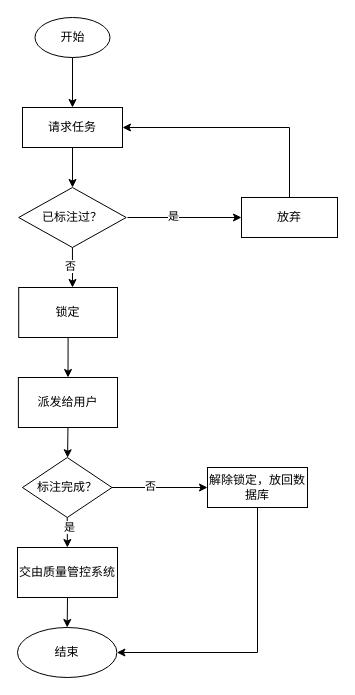
Above: page "请求系统" (2 of 3) of diagrams/分发系统.drawio in sduoffline/sapphire-doc (draw.io), before the change. Source tidied: cells renumbered, new cells numbered last; positions are measured from the earlier drawing's top-left corner, leaving out a move shared by most shapes. Both pictures are drawn from the tidied source at 100%, with x=0, y=0 at pixel (17, 17).
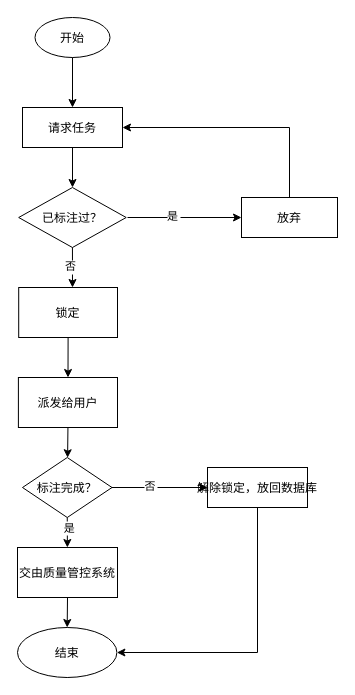
The same page after the edit.

What changed in the source:
```diff
@@
-    <mxCell id="2" value="请求任务" style="rounded=0;whiteSpace=wrap;html=1;" parent="1" vertex="1">
+    <mxCell id="2" value="请求任务" style="rounded=0;" parent="1" vertex="1">
       <mxGeometry x="5" y="90" width="100" height="40" as="geometry" />
     </mxCell>
-    <mxCell id="3" value="开始" style="ellipse;whiteSpace=wrap;html=1;" parent="1" vertex="1">
+    <mxCell id="3" value="开始" style="ellipse;" parent="1" vertex="1">
       <mxGeometry x="17.5" width="75" height="40" as="geometry" />
     </mxCell>
-    <mxCell id="4" style="endArrow=classic;html=1;rounded=0;exitX=0.5;exitY=1;exitDx=0;exitDy=0;entryX=0.5;entryY=0;entryDx=0;entryDy=0;" parent="1" edge="1" source="3" target="2">
+    <mxCell id="4" style="endArrow=classic;rounded=0;exitX=0.5;exitY=1;exitDx=0;exitDy=0;entryX=0.5;entryY=0;entryDx=0;entryDy=0;" parent="1" edge="1" source="3" target="2">
       <mxGeometry relative="1" as="geometry" />
     </mxCell>
-    <mxCell id="5" style="endArrow=classic;html=1;rounded=0;exitX=0.5;exitY=1;exitDx=0;exitDy=0;" parent="1" edge="1" source="2">
+    <mxCell id="5" style="endArrow=classic;rounded=0;exitX=0.5;exitY=1;exitDx=0;exitDy=0;" parent="1" edge="1" source="2">
       <mxGeometry relative="1" as="geometry">
         <mxPoint x="55" y="170" as="targetPoint" />
       </mxGeometry>
     </mxCell>
-    <mxCell id="6" value="已标注过？" style="rhombus;whiteSpace=wrap;html=1;" parent="1" vertex="1">
+    <mxCell id="6" value="已标注过？" style="rhombus;" parent="1" vertex="1">
       <mxGeometry x="1.2" y="170" width="107.5" height="60" as="geometry" />
     </mxCell>
-    <mxCell id="7" style="endArrow=classic;html=1;rounded=0;entryX=0;entryY=0.5;entryDx=0;entryDy=0;" parent="1" edge="1" target="9">
+    <mxCell id="7" style="endArrow=classic;rounded=0;entryX=0;entryY=0.5;entryDx=0;entryDy=0;" parent="1" edge="1" target="9">
       <mxGeometry relative="1" as="geometry">
         <mxPoint x="110" y="200" as="sourcePoint" />
       </mxGeometry>
     </mxCell>
-    <mxCell id="8" value="是" style="edgeLabel;html=1;align=center;verticalAlign=middle;" parent="7" vertex="1">
+    <mxCell id="8" value="是" style="edgeLabel;align=center;verticalAlign=middle;" parent="7" vertex="1">
       <mxGeometry x="-0.21" y="2" relative="1" as="geometry" />
     </mxCell>
-    <mxCell id="9" value="放弃" style="rounded=0;whiteSpace=wrap;html=1;" parent="1" vertex="1">
+    <mxCell id="9" value="放弃" style="rounded=0;" parent="1" vertex="1">
       <mxGeometry x="224" y="180" width="96" height="40" as="geometry" />
     </mxCell>
-    <mxCell id="10" style="endArrow=classic;html=1;rounded=0;exitX=0.5;exitY=1;exitDx=0;exitDy=0;" parent="1" edge="1" source="6">
+    <mxCell id="10" style="endArrow=classic;rounded=0;exitX=0.5;exitY=1;exitDx=0;exitDy=0;" parent="1" edge="1" source="6">
       <mxGeometry relative="1" as="geometry">
         <mxPoint x="55" y="270" as="targetPoint" />
       </mxGeometry>
     </mxCell>
-    <mxCell id="11" value="否" style="edgeLabel;html=1;align=center;verticalAlign=middle;" parent="10" vertex="1">
+    <mxCell id="11" value="否" style="edgeLabel;align=center;verticalAlign=middle;" parent="10" vertex="1">
       <mxGeometry x="-0.11" y="-2" relative="1" as="geometry" />
     </mxCell>
-    <mxCell id="12" value="锁定" style="rounded=0;whiteSpace=wrap;html=1;" parent="1" vertex="1">
+    <mxCell id="12" value="锁定" style="rounded=0;" parent="1" vertex="1">
       <mxGeometry x="1.2" y="270" width="98.8" height="50" as="geometry" />
     </mxCell>
-    <mxCell id="13" style="endArrow=classic;html=1;rounded=0;exitX=0.5;exitY=1;exitDx=0;exitDy=0;" parent="1" edge="1" source="12" target="14">
+    <mxCell id="13" style="endArrow=classic;rounded=0;exitX=0.5;exitY=1;exitDx=0;exitDy=0;" parent="1" edge="1" source="12" target="14">
       <mxGeometry relative="1" as="geometry" />
     </mxCell>
-    <mxCell id="14" value="派发给用户" style="rounded=0;whiteSpace=wrap;html=1;" parent="1" vertex="1">
+    <mxCell id="14" value="派发给用户" style="rounded=0;" parent="1" vertex="1">
       <mxGeometry x="0.9" y="360" width="99.1" height="50" as="geometry" />
     </mxCell>
-    <mxCell id="15" style="endArrow=classic;html=1;rounded=0;exitX=0.5;exitY=1;exitDx=0;exitDy=0;" parent="1" edge="1" source="14" target="16">
+    <mxCell id="15" style="endArrow=classic;rounded=0;exitX=0.5;exitY=1;exitDx=0;exitDy=0;" parent="1" edge="1" source="14" target="16">
       <mxGeometry relative="1" as="geometry" />
     </mxCell>
-    <mxCell id="16" value="标注完成？" style="rhombus;whiteSpace=wrap;html=1;" parent="1" vertex="1">
+    <mxCell id="16" value="标注完成？" style="rhombus;" parent="1" vertex="1">
       <mxGeometry x="5" y="440" width="89.5" height="60" as="geometry" />
     </mxCell>
-    <mxCell id="17" style="endArrow=classic;html=1;rounded=0;exitX=0.5;exitY=1;exitDx=0;exitDy=0;" parent="1" edge="1" source="16" target="19">
+    <mxCell id="17" style="endArrow=classic;rounded=0;exitX=0.5;exitY=1;exitDx=0;exitDy=0;" parent="1" edge="1" source="16" target="19">
       <mxGeometry relative="1" as="geometry" />
     </mxCell>
-    <mxCell id="18" value="是" style="edgeLabel;html=1;align=center;verticalAlign=middle;" parent="17" vertex="1">
+    <mxCell id="18" value="是" style="edgeLabel;align=center;verticalAlign=middle;" parent="17" vertex="1">
       <mxGeometry x="-0.34" y="2" relative="1" as="geometry" />
     </mxCell>
-    <mxCell id="19" value="交由质量管控系统" style="rounded=0;whiteSpace=wrap;html=1;" parent="1" vertex="1">
+    <mxCell id="19" value="交由质量管控系统" style="rounded=0;" parent="1" vertex="1">
       <mxGeometry y="530" width="100" height="50" as="geometry" />
     </mxCell>
-    <mxCell id="20" style="endArrow=classic;html=1;rounded=0;exitX=1;exitY=0.5;exitDx=0;exitDy=0;" parent="1" edge="1" source="16">
+    <mxCell id="20" style="endArrow=classic;rounded=0;exitX=1;exitY=0.5;exitDx=0;exitDy=0;" parent="1" edge="1" source="16">
       <mxGeometry relative="1" as="geometry">
         <mxPoint x="190" y="470" as="targetPoint" />
       </mxGeometry>
     </mxCell>
-    <mxCell id="21" value="否" style="edgeLabel;html=1;align=center;verticalAlign=middle;" parent="20" vertex="1">
+    <mxCell id="21" value="否" style="edgeLabel;align=center;verticalAlign=middle;" parent="20" vertex="1">
       <mxGeometry x="-0.2" y="2" relative="1" as="geometry" />
     </mxCell>
-    <mxCell id="22" value="解除锁定，放回数据库" style="rounded=0;whiteSpace=wrap;html=1;" parent="1" vertex="1">
+    <mxCell id="22" value="解除锁定，放回数据库" style="rounded=0;" parent="1" vertex="1">
       <mxGeometry x="190" y="450" width="100" height="40" as="geometry" />
     </mxCell>
-    <mxCell id="23" style="endArrow=classic;html=1;rounded=0;exitX=0.5;exitY=1;exitDx=0;exitDy=0;" parent="1" edge="1" source="19" target="24">
+    <mxCell id="23" style="endArrow=classic;rounded=0;exitX=0.5;exitY=1;exitDx=0;exitDy=0;" parent="1" edge="1" source="19" target="24">
       <mxGeometry relative="1" as="geometry" />
     </mxCell>
-    <mxCell id="24" value="结束" style="ellipse;whiteSpace=wrap;html=1;" parent="1" vertex="1">
+    <mxCell id="24" value="结束" style="ellipse;" parent="1" vertex="1">
       <mxGeometry y="610" width="99.4" height="50" as="geometry" />
     </mxCell>
-    <mxCell id="25" style="endArrow=classic;html=1;rounded=0;entryX=1;entryY=0.5;entryDx=0;entryDy=0;exitX=0.5;exitY=1;exitDx=0;exitDy=0;" parent="1" edge="1" source="22" target="24">
+    <mxCell id="25" style="endArrow=classic;rounded=0;entryX=1;entryY=0.5;entryDx=0;entryDy=0;exitX=0.5;exitY=1;exitDx=0;exitDy=0;" parent="1" edge="1" source="22" target="24">
       <mxGeometry relative="1" as="geometry">
         <Array as="points">
           <mxPoint x="240" y="635" />
         </Array>
       </mxGeometry>
     </mxCell>
-    <mxCell id="26" style="endArrow=classic;html=1;rounded=0;exitX=0.5;exitY=0;exitDx=0;exitDy=0;entryX=1;entryY=0.5;entryDx=0;entryDy=0;" parent="1" edge="1" source="9" target="2">
+    <mxCell id="26" style="endArrow=classic;rounded=0;exitX=0.5;exitY=0;exitDx=0;exitDy=0;entryX=1;entryY=0.5;entryDx=0;entryDy=0;" parent="1" edge="1" source="9" target="2">
       <mxGeometry relative="1" as="geometry">
         <Array as="points">
           <mxPoint x="272" y="110" />
         </Array>
       </mxGeometry>
     </mxCell>
```
